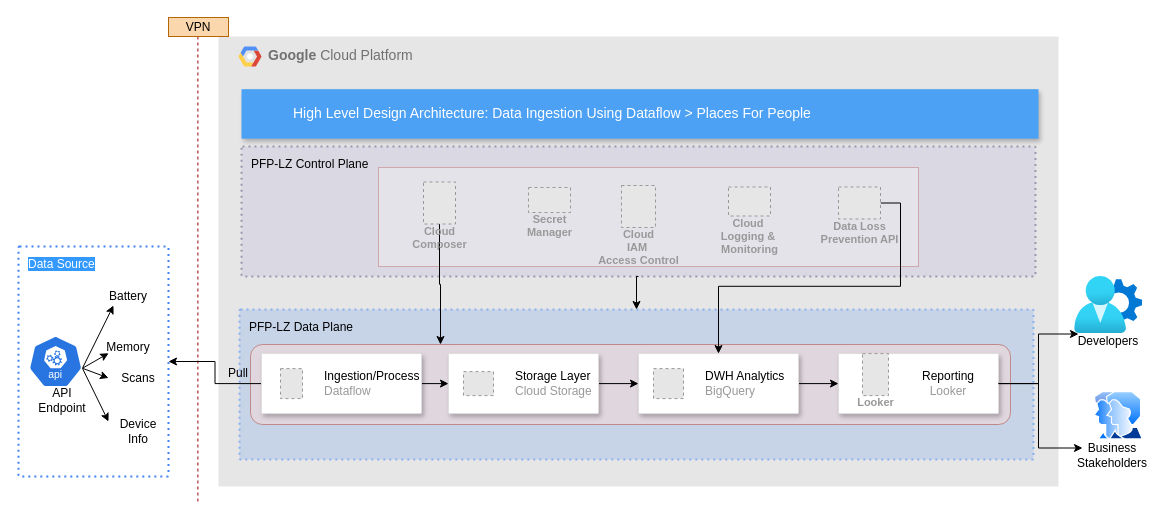
This is PFP-Sample/PFP-Sample-Design.drawio from harshaldharme/ProjectSpaces, a draw.io file, before an edit. Source tidied: cells renumbered, new cells numbered last; positions are measured from the earlier drawing's top-left corner, leaving out a move shared by most shapes. Both pictures are drawn from the tidied source at 100%, with x=0, y=0 at pixel (18, 17). Pictures stored in the file or linked from it are replaced by grey dashed boxes.
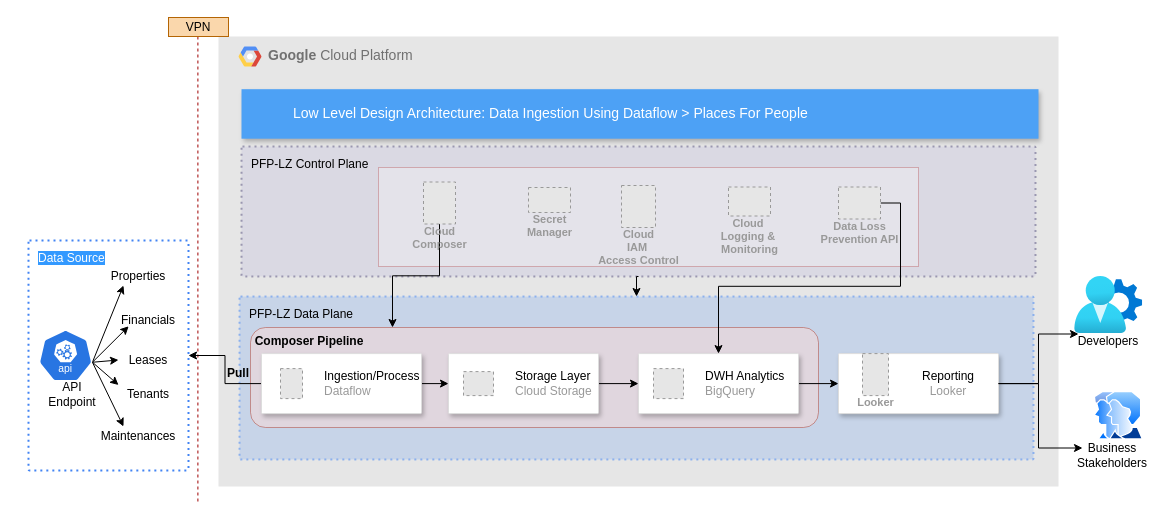
The same page after the edit.

The change refers to these unchanged cells:
```xml
<mxCell id="46" style="sketch=0;html=1;dashed=0;whitespace=wrap;verticalLabelPosition=bottom;verticalAlign=top;fillColor=#2875E2;strokeColor=#ffffff;points=[[0.005,0.63,0],[0.1,0.2,0],[0.9,0.2,0],[0.5,0,0],[0.995,0.63,0],[0.72,0.99,0],[0.5,1,0],[0.28,0.99,0]];shape=mxgraph.kubernetes.icon2;kubernetesLabel=1;prIcon=api;" parent="41" vertex="1">
  <mxGeometry x="10" y="89" width="54.2" height="52" as="geometry" />
</mxCell>
```

The edit, as a diff of the source:
```diff
@@
     <mxCell id="3" value="&lt;font color=&quot;#000000&quot;&gt;PFP-LZ Data Plane&lt;/font&gt;" style="rounded=1;absoluteArcSize=1;arcSize=2;html=1;strokeColor=#4284F3;gradientColor=none;shadow=0;dashed=1;fontSize=12;fontColor=#9E9E9E;align=left;verticalAlign=top;spacing=10;spacingTop=-4;fillColor=#A9C4EB;dashPattern=1 2;strokeWidth=2;opacity=50;" parent="1" vertex="1">
-      <mxGeometry x="221" y="292" width="794" height="150" as="geometry" />
+      <mxGeometry x="221" y="279" width="794" height="163" as="geometry" />
     </mxCell>
     <mxCell id="4" style="group;" parent="1" vertex="1">
-      <mxGeometry x="150" width="840" height="484" as="geometry" />
+      <mxGeometry x="150" width="842" height="484" as="geometry" />
     </mxCell>
     <mxCell id="5" style="rounded=1;whiteSpace=wrap;html=1;opacity=50;fillColor=#fad9d5;strokeColor=#ae4132;" parent="4" vertex="1">
-      <mxGeometry x="82" y="327" width="760" height="80" as="geometry" />
+      <mxGeometry x="82" y="310" width="568" height="100" as="geometry" />
     </mxCell>
@@
-    <mxCell id="8" value="Pull" style="text;html=1;align=center;verticalAlign=middle;whiteSpace=wrap;rounded=0;" parent="4" vertex="1">
+    <mxCell id="8" value="Pull" style="text;html=1;align=center;verticalAlign=middle;whiteSpace=wrap;rounded=0;fontStyle=1;" parent="4" vertex="1">
       <mxGeometry x="40" y="341" width="60" height="30" as="geometry" />
     </mxCell>
+    <mxCell id="53" value="&lt;b&gt;Composer Pipeline&lt;/b&gt;" style="text;html=1;align=center;verticalAlign=middle;whiteSpace=wrap;rounded=0;" parent="4" vertex="1">
+      <mxGeometry x="82" y="309" width="118" height="30" as="geometry" />
+    </mxCell>
@@
-    <mxCell id="14" value="High Level Design Architecture: Data Ingestion Using Dataflow &amp;gt; Places For People" style="fillColor=#4DA1F5;strokeColor=none;shadow=1;gradientColor=none;fontSize=14;align=left;spacingLeft=50;fontColor=#ffffff;html=1;" parent="1" vertex="1">
+    <mxCell id="14" value="Low Level Design Architecture: Data Ingestion Using Dataflow &amp;gt; Places For People" style="fillColor=#4DA1F5;strokeColor=none;shadow=1;gradientColor=none;fontSize=14;align=left;spacingLeft=50;fontColor=#ffffff;html=1;" parent="1" vertex="1">
       <mxGeometry x="223" y="71.7" width="797" height="49.5" as="geometry" />
     </mxCell>
@@
     <mxCell id="41" style="group;" parent="1" vertex="1">
-      <mxGeometry y="229" width="150" height="230" as="geometry" />
+      <mxGeometry x="10" y="223" width="160" height="230" as="geometry" />
     </mxCell>
     <mxCell id="42" value="&lt;font style=&quot;background-color: rgb(51, 153, 255);&quot; color=&quot;#ffffff&quot;&gt;Data Source&lt;/font&gt;" style="rounded=1;absoluteArcSize=1;arcSize=2;html=1;strokeColor=#4284F3;gradientColor=none;shadow=0;dashed=1;fontSize=12;fontColor=#9E9E9E;align=left;verticalAlign=top;spacing=10;spacingTop=-4;fillColor=none;dashPattern=1 2;strokeWidth=2;" parent="41" vertex="1">
-      <mxGeometry width="150" height="230" as="geometry" />
+      <mxGeometry width="160" height="230" as="geometry" />
     </mxCell>
@@
-    <mxCell id="48" value="Battery" style="text;html=1;align=center;verticalAlign=middle;whiteSpace=wrap;rounded=0;" parent="41" vertex="1">
-      <mxGeometry x="80" y="40" width="60" height="19" as="geometry" />
+    <mxCell id="48" value="Properties" style="text;html=1;align=center;verticalAlign=middle;whiteSpace=wrap;rounded=0;" parent="41" vertex="1">
+      <mxGeometry x="80" y="26" width="60" height="19" as="geometry" />
     </mxCell>
-    <mxCell id="49" value="Memory" style="text;html=1;align=center;verticalAlign=middle;whiteSpace=wrap;rounded=0;" parent="41" vertex="1">
-      <mxGeometry x="80" y="91" width="60" height="19" as="geometry" />
+    <mxCell id="49" value="Financials" style="text;html=1;align=center;verticalAlign=middle;whiteSpace=wrap;rounded=0;" parent="41" vertex="1">
+      <mxGeometry x="90" y="70" width="60" height="19" as="geometry" />
     </mxCell>
-    <mxCell id="50" value="Scans" style="text;html=1;align=center;verticalAlign=middle;whiteSpace=wrap;rounded=0;" parent="41" vertex="1">
-      <mxGeometry x="90" y="122" width="60" height="19" as="geometry" />
+    <mxCell id="50" value="Leases" style="text;html=1;align=center;verticalAlign=middle;whiteSpace=wrap;rounded=0;" parent="41" vertex="1">
+      <mxGeometry x="90" y="110" width="60" height="19" as="geometry" />
     </mxCell>
-    <mxCell id="51" value="Device Info" style="text;html=1;align=center;verticalAlign=middle;whiteSpace=wrap;rounded=0;" parent="41" vertex="1">
-      <mxGeometry x="90" y="175" width="60" height="19" as="geometry" />
+    <mxCell id="51" value="Tenants" style="text;html=1;align=center;verticalAlign=middle;whiteSpace=wrap;rounded=0;" parent="41" vertex="1">
+      <mxGeometry x="90" y="144.5" width="60" height="19" as="geometry" />
     </mxCell>
@@
+    <mxCell id="54" value="Maintenances" style="text;html=1;align=center;verticalAlign=middle;whiteSpace=wrap;rounded=0;" parent="41" vertex="1">
+      <mxGeometry x="80" y="186" width="60" height="19" as="geometry" />
+    </mxCell>
+    <mxCell id="55" style="rounded=0;jettySize=auto;html=1;exitX=0.995;exitY=0.63;exitDx=0;exitDy=0;exitPerimeter=0;entryX=0.25;entryY=0;entryDx=0;entryDy=0;" parent="41" edge="1" source="46" target="54">
+      <mxGeometry relative="1" as="geometry" />
+    </mxCell>
```
